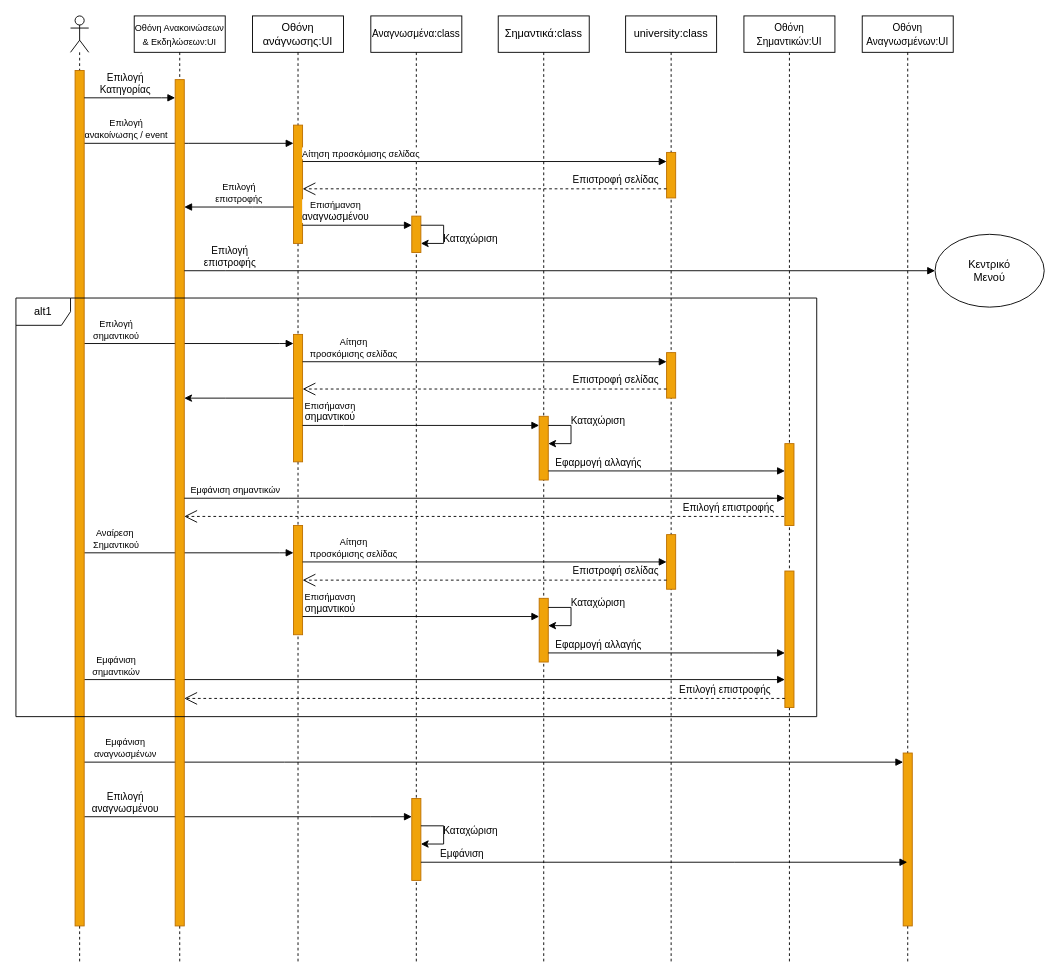
Earlier version of the draw.io diagram page "Announcements and events" (1 of 6) of docs/Contributions/Vaggelis/Phase 4/Sequence-Diagrams-v0.1.1.drawio (Ibournakas/PaPapp). Source tidied: cells renumbered, new cells numbered last; positions are measured from the earlier drawing's top-left corner, leaving out a move shared by most shapes. Both pictures are drawn from the tidied source at 91%, with x=0, y=0 at pixel (15, 15).
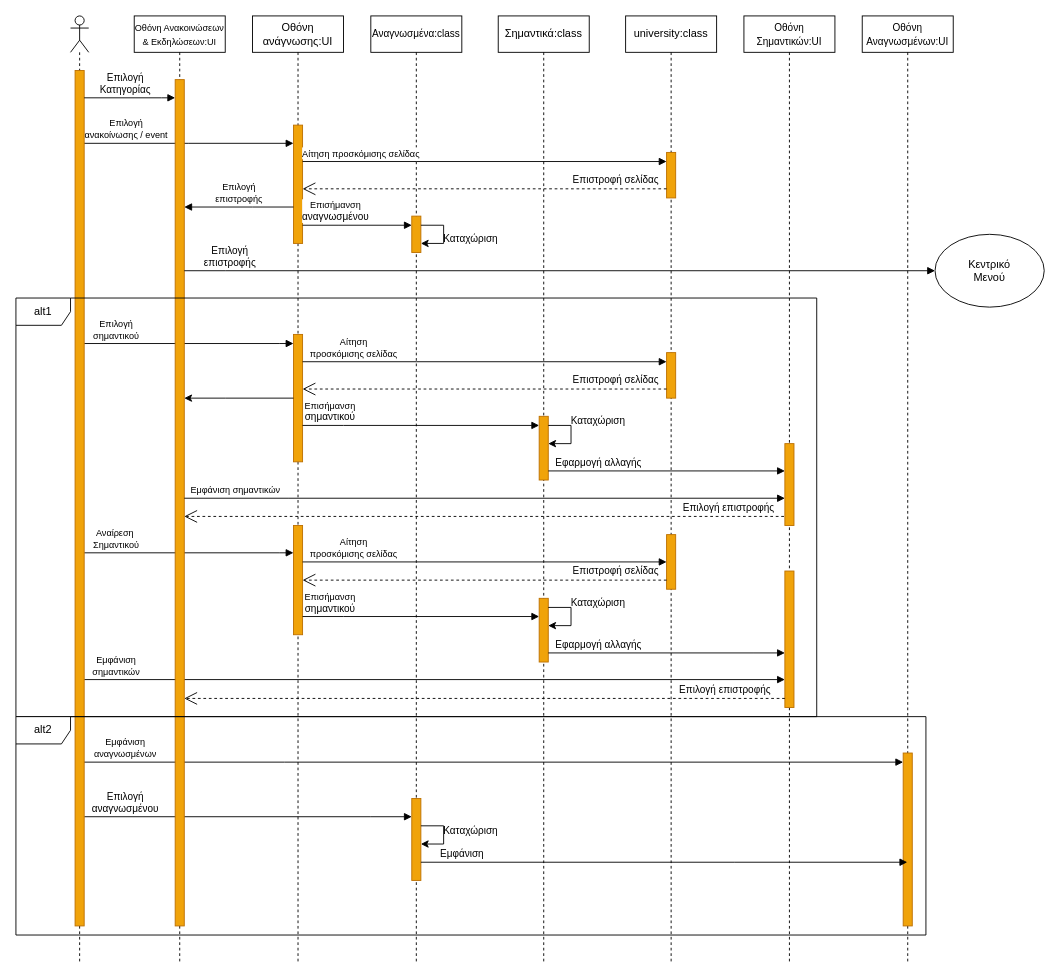
Above is the later version.

The edit, as a diff of the source:
```diff
@@
+    <mxCell id="60" value="alt2" style="shape=umlFrame;whiteSpace=wrap;html=1;" parent="1" vertex="1">
+      <mxGeometry y="770" width="1000" height="240" as="geometry" />
+    </mxCell>
```
